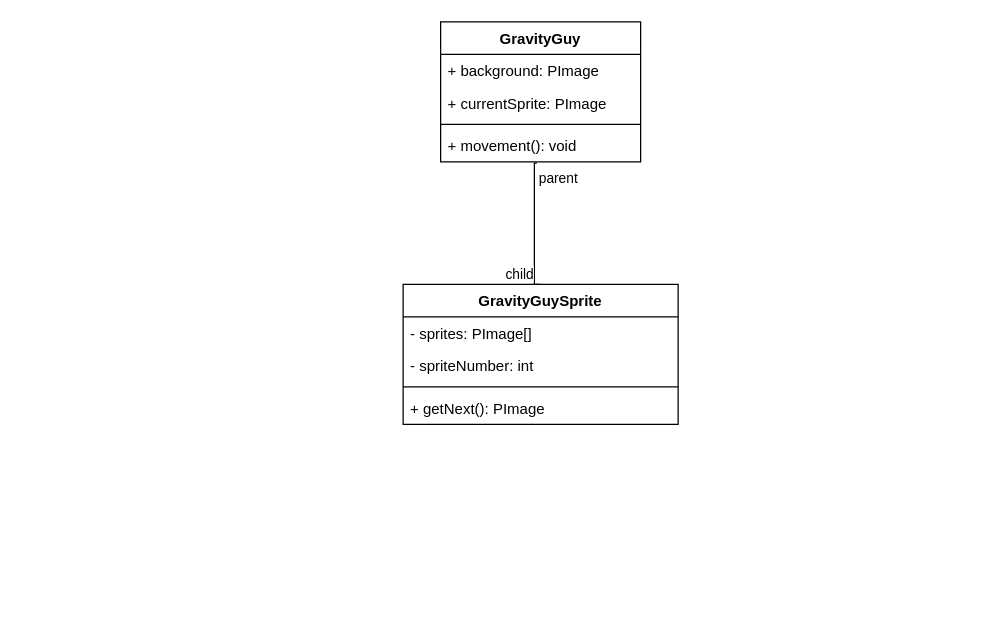
This is uml1.drawio from naowalrahman/gravity-guy, a draw.io file, before an edit. Source tidied: cells renumbered, new cells numbered last; positions are measured from the earlier drawing's top-left corner, leaving out a move shared by most shapes. Both pictures are drawn from the tidied source at 125%, with x=0, y=0 at pixel (402, 21).
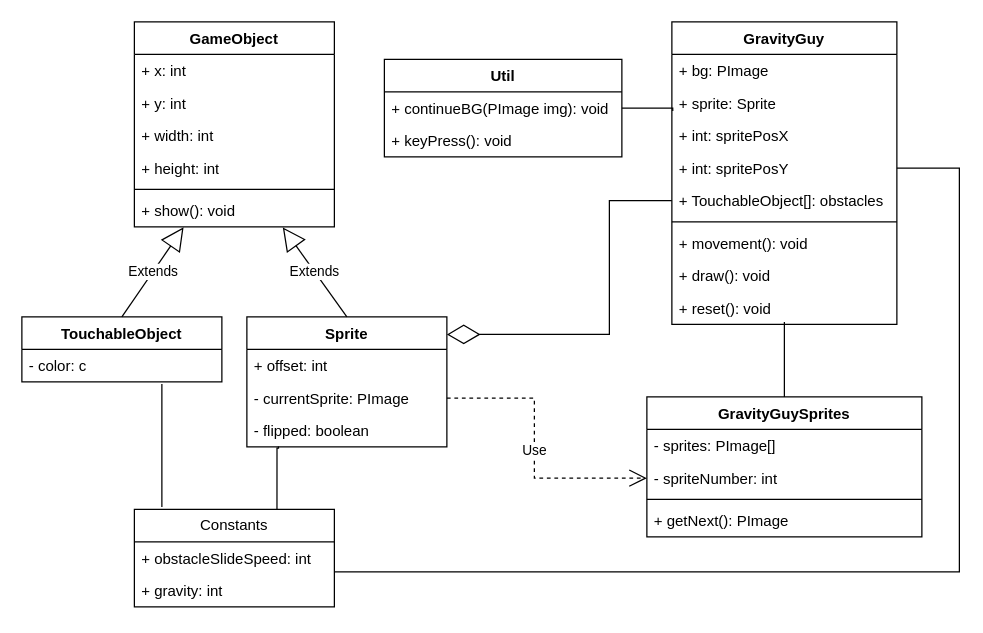
The same page after the edit.

Unchanged cells that the change refers to:
```xml
<mxCell id="4" value="- spriteNumber: int" style="text;strokeColor=none;fillColor=none;align=left;verticalAlign=top;spacingLeft=4;spacingRight=4;overflow=hidden;points=[[0,0.5],[1,0.5]];portConstraint=eastwest;whiteSpace=wrap;html=1;" parent="2" vertex="1">
  <mxGeometry y="52" width="220" height="26" as="geometry" />
</mxCell>
```

Change to the diagram source:
```diff
@@
-    <mxCell id="2" value="GravityGuySprite" style="swimlane;fontStyle=1;align=center;verticalAlign=top;horizontal=1;startSize=26;whiteSpace=wrap;html=1;" parent="1" vertex="1">
-      <mxGeometry y="210" width="220" height="112" as="geometry" />
+    <mxCell id="2" value="GravityGuySprites" style="swimlane;fontStyle=1;align=center;verticalAlign=top;horizontal=1;startSize=26;whiteSpace=wrap;html=1;" parent="1" vertex="1">
+      <mxGeometry x="195" y="300" width="220" height="112" as="geometry" />
     </mxCell>
@@
     <mxCell id="7" value="GravityGuy" style="swimlane;fontStyle=1;align=center;verticalAlign=top;horizontal=1;startSize=26;whiteSpace=wrap;html=1;" parent="1" vertex="1">
-      <mxGeometry x="30" width="160" height="112" as="geometry" />
+      <mxGeometry x="215" width="180" height="242" as="geometry" />
     </mxCell>
-    <mxCell id="8" value="+ background: PImage" style="text;strokeColor=none;fillColor=none;align=left;verticalAlign=top;spacingLeft=4;spacingRight=4;overflow=hidden;whiteSpace=wrap;html=1;" parent="7" vertex="1">
-      <mxGeometry y="26" width="160" height="26" as="geometry" />
+    <mxCell id="8" value="+ bg: PImage" style="text;strokeColor=none;fillColor=none;align=left;verticalAlign=top;spacingLeft=4;spacingRight=4;overflow=hidden;whiteSpace=wrap;html=1;" parent="7" vertex="1">
+      <mxGeometry y="26" width="180" height="26" as="geometry" />
     </mxCell>
-    <mxCell id="9" value="+ currentSprite: PImage" style="text;strokeColor=none;fillColor=none;align=left;verticalAlign=top;spacingLeft=4;spacingRight=4;overflow=hidden;points=[[0,0.5],[1,0.5]];portConstraint=eastwest;whiteSpace=wrap;html=1;" parent="7" vertex="1">
-      <mxGeometry y="52" width="160" height="26" as="geometry" />
+    <mxCell id="9" value="+ sprite: Sprite" style="text;strokeColor=none;fillColor=none;align=left;verticalAlign=top;spacingLeft=4;spacingRight=4;overflow=hidden;points=[[0,0.5],[1,0.5]];portConstraint=eastwest;whiteSpace=wrap;html=1;" parent="7" vertex="1">
+      <mxGeometry y="52" width="180" height="26" as="geometry" />
     </mxCell>
+    <mxCell id="15" value="+ int: spritePosX" style="text;strokeColor=none;fillColor=none;align=left;verticalAlign=top;spacingLeft=4;spacingRight=4;overflow=hidden;whiteSpace=wrap;html=1;" parent="7" vertex="1">
+      <mxGeometry y="78" width="180" height="26" as="geometry" />
+    </mxCell>
+    <mxCell id="16" value="+ int: spritePosY" style="text;strokeColor=none;fillColor=none;align=left;verticalAlign=top;spacingLeft=4;spacingRight=4;overflow=hidden;points=[[0,0.5],[1,0.5]];portConstraint=eastwest;whiteSpace=wrap;html=1;" parent="7" vertex="1">
+      <mxGeometry y="104" width="180" height="26" as="geometry" />
+    </mxCell>
+    <mxCell id="17" value="+ TouchableObject[]: obstacles" style="text;strokeColor=none;fillColor=none;align=left;verticalAlign=top;spacingLeft=4;spacingRight=4;overflow=hidden;points=[[0,0.5],[1,0.5]];portConstraint=eastwest;whiteSpace=wrap;html=1;" parent="7" vertex="1">
+      <mxGeometry y="130" width="180" height="26" as="geometry" />
+    </mxCell>
     <mxCell id="10" style="line;strokeWidth=1;fillColor=none;align=left;verticalAlign=middle;spacingTop=-1;spacingLeft=3;spacingRight=3;labelPosition=right;strokeColor=inherit;" parent="7" vertex="1">
-      <mxGeometry y="78" width="160" height="8" as="geometry" />
+      <mxGeometry y="156" width="180" height="8" as="geometry" />
     </mxCell>
     <mxCell id="11" value="+ movement(): void" style="text;strokeColor=none;fillColor=none;align=left;verticalAlign=top;spacingLeft=4;spacingRight=4;overflow=hidden;points=[[0,0.5],[1,0.5]];portConstraint=eastwest;whiteSpace=wrap;html=1;" parent="7" vertex="1">
-      <mxGeometry y="86" width="160" height="26" as="geometry" />
+      <mxGeometry y="164" width="180" height="26" as="geometry" />
     </mxCell>
+    <mxCell id="18" value="+ draw(): void" style="text;strokeColor=none;fillColor=none;align=left;verticalAlign=top;spacingLeft=4;spacingRight=4;overflow=hidden;whiteSpace=wrap;html=1;" parent="7" vertex="1">
+      <mxGeometry y="190" width="180" height="26" as="geometry" />
+    </mxCell>
+    <mxCell id="19" value="+ reset(): void" style="text;strokeColor=none;fillColor=none;align=left;verticalAlign=top;spacingLeft=4;spacingRight=4;overflow=hidden;whiteSpace=wrap;html=1;" parent="7" vertex="1">
+      <mxGeometry y="216" width="180" height="26" as="geometry" />
+    </mxCell>
-    <mxCell id="12" style="endArrow=none;html=1;edgeStyle=orthogonalEdgeStyle;rounded=0;entryX=0.5;entryY=0;entryDx=0;entryDy=0;exitX=0.481;exitY=1.038;exitDx=0;exitDy=0;exitPerimeter=0;" parent="1" edge="1" source="11" target="2">
+    <mxCell id="12" style="endArrow=none;html=1;edgeStyle=orthogonalEdgeStyle;rounded=0;entryX=0.5;entryY=0;entryDx=0;entryDy=0;" parent="1" edge="1" target="2">
       <mxGeometry relative="1" as="geometry">
+        <mxPoint x="305" y="240" as="sourcePoint" />
         <Array as="points">
-          <mxPoint x="105" y="113" />
-          <mxPoint x="105" y="210" />
+          <mxPoint x="305" y="270" />
+          <mxPoint x="305" y="270" />
         </Array>
       </mxGeometry>
     </mxCell>
-    <mxCell id="13" value="parent" style="edgeLabel;html=1;align=left;verticalAlign=bottom;" parent="12" vertex="1">
-      <mxGeometry x="-1" relative="1" as="geometry">
-        <mxPoint y="20" as="offset" />
-      </mxGeometry>
-    </mxCell>
-    <mxCell id="14" value="child" style="edgeLabel;html=1;align=right;verticalAlign=bottom;" parent="12" vertex="1">
-      <mxGeometry x="1" relative="1" as="geometry">
-        <mxPoint x="-5" as="offset" />
-      </mxGeometry>
-    </mxCell>
+    <mxCell id="20" value="GameObject" style="swimlane;fontStyle=1;align=center;verticalAlign=top;horizontal=1;startSize=26;whiteSpace=wrap;html=1;" parent="1" vertex="1">
+      <mxGeometry x="-215" width="160" height="164" as="geometry" />
+    </mxCell>
+    <mxCell id="21" value="+ x: int" style="text;strokeColor=none;fillColor=none;align=left;verticalAlign=top;spacingLeft=4;spacingRight=4;overflow=hidden;whiteSpace=wrap;html=1;" parent="20" vertex="1">
+      <mxGeometry y="26" width="160" height="26" as="geometry" />
+    </mxCell>
+    <mxCell id="22" value="+ y: int" style="text;strokeColor=none;fillColor=none;align=left;verticalAlign=top;spacingLeft=4;spacingRight=4;overflow=hidden;whiteSpace=wrap;html=1;" parent="20" vertex="1">
+      <mxGeometry y="52" width="160" height="26" as="geometry" />
+    </mxCell>
+    <mxCell id="23" value="+ width: int" style="text;strokeColor=none;fillColor=none;align=left;verticalAlign=top;spacingLeft=4;spacingRight=4;overflow=hidden;whiteSpace=wrap;html=1;" parent="20" vertex="1">
+      <mxGeometry y="78" width="160" height="26" as="geometry" />
+    </mxCell>
+    <mxCell id="24" value="+ height: int" style="text;strokeColor=none;fillColor=none;align=left;verticalAlign=top;spacingLeft=4;spacingRight=4;overflow=hidden;whiteSpace=wrap;html=1;" parent="20" vertex="1">
+      <mxGeometry y="104" width="160" height="26" as="geometry" />
+    </mxCell>
+    <mxCell id="25" style="line;strokeWidth=1;fillColor=none;align=left;verticalAlign=middle;spacingTop=-1;spacingLeft=3;spacingRight=3;labelPosition=right;strokeColor=inherit;" parent="20" vertex="1">
+      <mxGeometry y="130" width="160" height="8" as="geometry" />
+    </mxCell>
+    <mxCell id="26" value="+ show(): void" style="text;strokeColor=none;fillColor=none;align=left;verticalAlign=top;spacingLeft=4;spacingRight=4;overflow=hidden;points=[[0,0.5],[1,0.5]];portConstraint=eastwest;whiteSpace=wrap;html=1;" parent="20" vertex="1">
+      <mxGeometry y="138" width="160" height="26" as="geometry" />
+    </mxCell>
+    <mxCell id="27" value="Sprite" style="swimlane;fontStyle=1;align=center;verticalAlign=top;horizontal=1;startSize=26;whiteSpace=wrap;html=1;" parent="1" vertex="1">
+      <mxGeometry x="-125" y="236" width="160" height="104" as="geometry" />
+    </mxCell>
+    <mxCell id="28" value="+ offset: int" style="text;strokeColor=none;fillColor=none;align=left;verticalAlign=top;spacingLeft=4;spacingRight=4;overflow=hidden;whiteSpace=wrap;html=1;" parent="27" vertex="1">
+      <mxGeometry y="26" width="160" height="26" as="geometry" />
+    </mxCell>
+    <mxCell id="29" value="- currentSprite: PImage" style="text;strokeColor=none;fillColor=none;align=left;verticalAlign=top;spacingLeft=4;spacingRight=4;overflow=hidden;points=[[0,0.5],[1,0.5]];portConstraint=eastwest;whiteSpace=wrap;html=1;" parent="27" vertex="1">
+      <mxGeometry y="52" width="160" height="26" as="geometry" />
+    </mxCell>
+    <mxCell id="30" value="- flipped: boolean" style="text;strokeColor=none;fillColor=none;align=left;verticalAlign=top;spacingLeft=4;spacingRight=4;overflow=hidden;points=[[0,0.5],[1,0.5]];portConstraint=eastwest;whiteSpace=wrap;html=1;" parent="27" vertex="1">
+      <mxGeometry y="78" width="160" height="26" as="geometry" />
+    </mxCell>
+    <mxCell id="31" value="Use" style="endArrow=open;endSize=12;dashed=1;html=1;rounded=0;entryX=0;entryY=0.5;entryDx=0;entryDy=0;exitX=1;exitY=0.5;exitDx=0;exitDy=0;" parent="1" edge="1" source="29" target="4">
+      <mxGeometry relative="1" as="geometry">
+        <Array as="points">
+          <mxPoint x="105" y="301" />
+          <mxPoint x="105" y="365" />
+        </Array>
+      </mxGeometry>
+    </mxCell>
+    <mxCell id="32" value="Extends" style="endArrow=block;endSize=16;endFill=0;html=1;rounded=0;exitX=0.5;exitY=0;exitDx=0;exitDy=0;entryX=0.742;entryY=1.013;entryDx=0;entryDy=0;entryPerimeter=0;" parent="1" edge="1" source="27" target="26">
+      <mxGeometry relative="1" as="geometry" />
+    </mxCell>
+    <mxCell id="33" value="TouchableObject" style="swimlane;fontStyle=1;align=center;verticalAlign=top;horizontal=1;startSize=26;whiteSpace=wrap;html=1;" parent="1" vertex="1">
+      <mxGeometry x="-305" y="236" width="160" height="52" as="geometry" />
+    </mxCell>
+    <mxCell id="34" value="- color: c" style="text;strokeColor=none;fillColor=none;align=left;verticalAlign=top;spacingLeft=4;spacingRight=4;overflow=hidden;points=[[0,0.5],[1,0.5]];portConstraint=eastwest;whiteSpace=wrap;html=1;" parent="33" vertex="1">
+      <mxGeometry y="26" width="160" height="26" as="geometry" />
+    </mxCell>
+    <mxCell id="35" value="Extends" style="endArrow=block;endSize=16;endFill=0;html=1;rounded=0;entryX=0.246;entryY=1.013;entryDx=0;entryDy=0;entryPerimeter=0;exitX=0.5;exitY=0;exitDx=0;exitDy=0;" parent="1" edge="1" source="33" target="26">
+      <mxGeometry relative="1" as="geometry" />
+    </mxCell>
+    <mxCell id="36" style="endArrow=diamondThin;endFill=0;endSize=24;html=1;rounded=0;exitX=0;exitY=0.5;exitDx=0;exitDy=0;entryX=1;entryY=0.135;entryDx=0;entryDy=0;entryPerimeter=0;" parent="1" edge="1" source="17" target="27">
+      <mxGeometry relative="1" as="geometry">
+        <Array as="points">
+          <mxPoint x="165" y="143" />
+          <mxPoint x="165" y="250" />
+        </Array>
+      </mxGeometry>
+    </mxCell>
+    <mxCell id="37" value="Util" style="swimlane;fontStyle=1;align=center;verticalAlign=top;horizontal=1;startSize=26;whiteSpace=wrap;html=1;" parent="1" vertex="1">
+      <mxGeometry x="-15" y="30" width="190" height="78" as="geometry" />
+    </mxCell>
+    <mxCell id="38" value="+ continueBG(PImage img): void" style="text;strokeColor=none;fillColor=none;align=left;verticalAlign=top;spacingLeft=4;spacingRight=4;overflow=hidden;points=[[0,0.5],[1,0.5]];portConstraint=eastwest;whiteSpace=wrap;html=1;" parent="37" vertex="1">
+      <mxGeometry y="26" width="190" height="26" as="geometry" />
+    </mxCell>
+    <mxCell id="39" value="+ keyPress(): void" style="text;strokeColor=none;fillColor=none;align=left;verticalAlign=top;spacingLeft=4;spacingRight=4;overflow=hidden;whiteSpace=wrap;html=1;" parent="37" vertex="1">
+      <mxGeometry y="52" width="190" height="26" as="geometry" />
+    </mxCell>
+    <mxCell id="40" style="endArrow=none;html=1;edgeStyle=orthogonalEdgeStyle;rounded=0;exitX=1;exitY=0.5;exitDx=0;exitDy=0;entryX=0.004;entryY=0.744;entryDx=0;entryDy=0;entryPerimeter=0;" parent="1" edge="1" source="38" target="9">
+      <mxGeometry relative="1" as="geometry">
+        <Array as="points">
+          <mxPoint x="216" y="69" />
+        </Array>
+      </mxGeometry>
+    </mxCell>
+    <mxCell id="41" value="Constants" style="swimlane;fontStyle=0;horizontal=1;startSize=26;fillColor=none;whiteSpace=wrap;html=1;" parent="1" vertex="1">
+      <mxGeometry x="-215" y="390" width="160" height="78" as="geometry" />
+    </mxCell>
+    <mxCell id="42" value="+ obstacleSlideSpeed: int" style="text;strokeColor=none;fillColor=none;align=left;verticalAlign=top;spacingLeft=4;spacingRight=4;overflow=hidden;whiteSpace=wrap;html=1;" parent="41" vertex="1">
+      <mxGeometry y="26" width="160" height="26" as="geometry" />
+    </mxCell>
+    <mxCell id="43" value="+ gravity: int" style="text;strokeColor=none;fillColor=none;align=left;verticalAlign=top;spacingLeft=4;spacingRight=4;overflow=hidden;whiteSpace=wrap;html=1;" parent="41" vertex="1">
+      <mxGeometry y="52" width="160" height="26" as="geometry" />
+    </mxCell>
+    <mxCell id="44" style="endArrow=none;html=1;edgeStyle=orthogonalEdgeStyle;rounded=0;exitX=0.7;exitY=1.064;exitDx=0;exitDy=0;exitPerimeter=0;" parent="1" edge="1" source="34">
+      <mxGeometry relative="1" as="geometry">
+        <mxPoint x="-193" y="388" as="targetPoint" />
+        <Array as="points">
+          <mxPoint x="-193" y="388" />
+        </Array>
+      </mxGeometry>
+    </mxCell>
+    <mxCell id="45" style="endArrow=none;html=1;edgeStyle=orthogonalEdgeStyle;rounded=0;exitX=0.158;exitY=0.987;exitDx=0;exitDy=0;exitPerimeter=0;entryX=0.713;entryY=0.004;entryDx=0;entryDy=0;entryPerimeter=0;" parent="1" edge="1" source="30" target="41">
+      <mxGeometry relative="1" as="geometry">
+        <Array as="points">
+          <mxPoint x="-100" y="341" />
+          <mxPoint x="-101" y="341" />
+        </Array>
+      </mxGeometry>
+    </mxCell>
+    <mxCell id="46" style="endArrow=none;html=1;edgeStyle=orthogonalEdgeStyle;rounded=0;entryX=1;entryY=0.5;entryDx=0;entryDy=0;" parent="1" edge="1" target="16">
+      <mxGeometry relative="1" as="geometry">
+        <mxPoint x="-55" y="440" as="sourcePoint" />
+        <Array as="points">
+          <mxPoint x="445" y="440" />
+          <mxPoint x="445" y="117" />
+        </Array>
+      </mxGeometry>
+    </mxCell>
```
